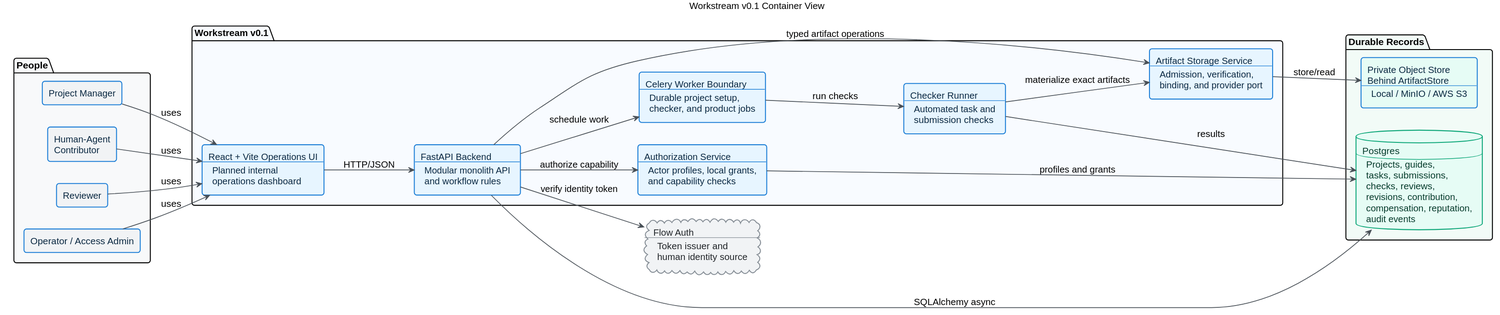
Earlier version of the PlantUML export docs/diagrams/rendered/workstream_v01_container.svg (jorshimayor/workstream).
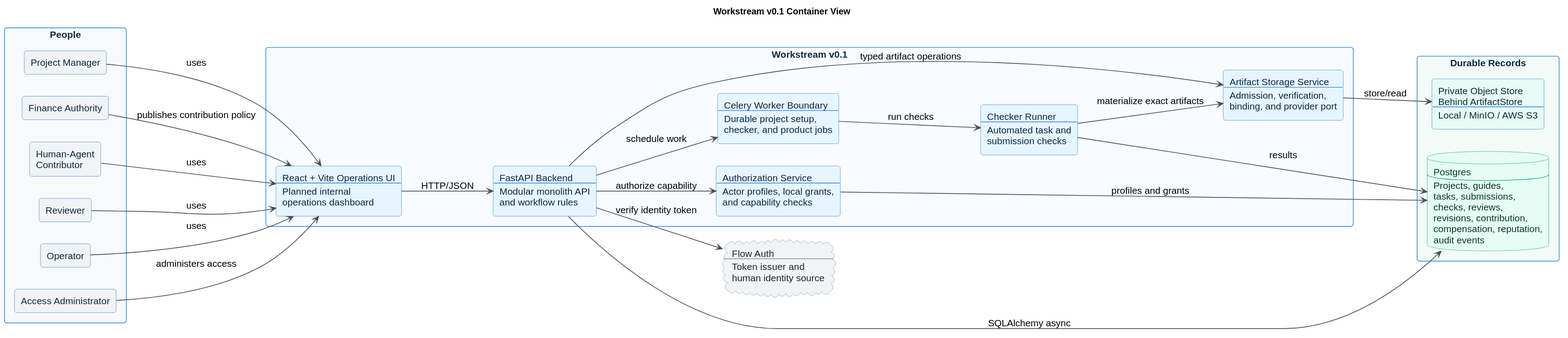
The same file after the commit.

What changed in the source:
```diff
@@ -1,4 +1,4 @@
-@startuml workstream_v01_container
+@startuml
 title Workstream v0.1 Container View
 
 left to right direction
@@ -29,9 +29,11 @@
 
 package "People" #F8F9FA {
   rectangle "Project Manager" as project_manager #F1F3F5
+  rectangle "Finance Authority" as finance_authority #F1F3F5
   rectangle "Human-Agent\nContributor" as contributor #F1F3F5
   rectangle "Reviewer" as reviewer #F1F3F5
-  rectangle "Operator / Access Admin" as operator #F1F3F5
+  rectangle "Operator" as operator #F1F3F5
+  rectangle "Access Administrator" as access_administrator #F1F3F5
 }
 
 cloud "Flow Auth\n----\nToken issuer and\nhuman identity source" as flow_auth
@@ -51,9 +53,11 @@
 }
 
 project_manager --> frontend : uses
+finance_authority --> frontend : publishes contribution policy
 contributor --> frontend : uses
 reviewer --> frontend : uses
 operator --> frontend : uses
+access_administrator --> frontend : administers access
 
 frontend --> api : HTTP/JSON
 api --> flow_auth : verify identity token
@@ -66,5 +70,4 @@
 checker --> postgres : results
 checker --> storage_adapter : materialize exact artifacts
 storage_adapter --> file_store : store/read
-
 @enduml
```
